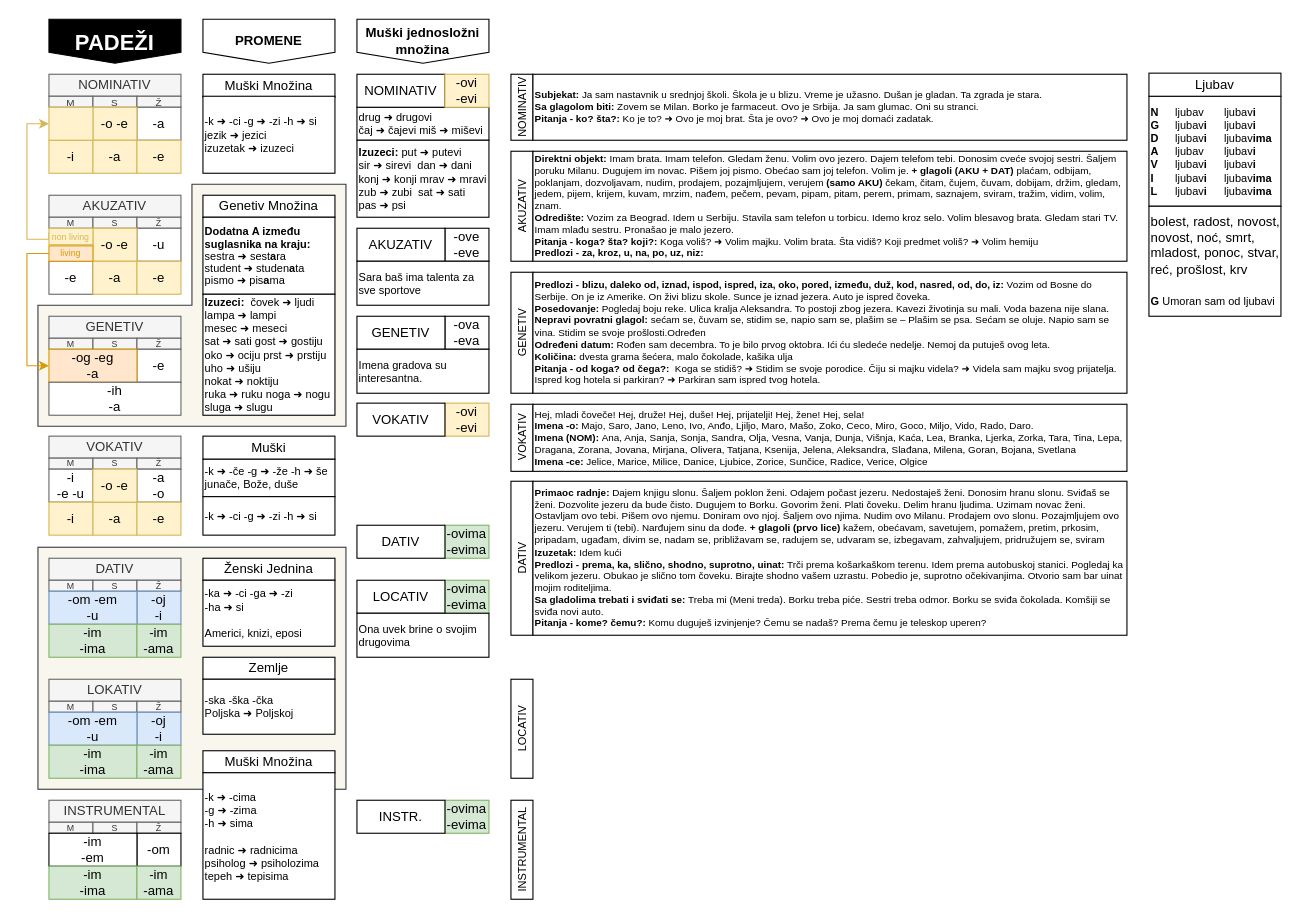
The draw.io diagram padezi.drawio in vlandivir/srpski, before the edit. Source tidied: cells renumbered, new cells numbered last; positions are measured from the earlier drawing's top-left corner, leaving out a move shared by most shapes. Both pictures are drawn from the tidied source at 110%, with x=0, y=0 at pixel (26, 19).
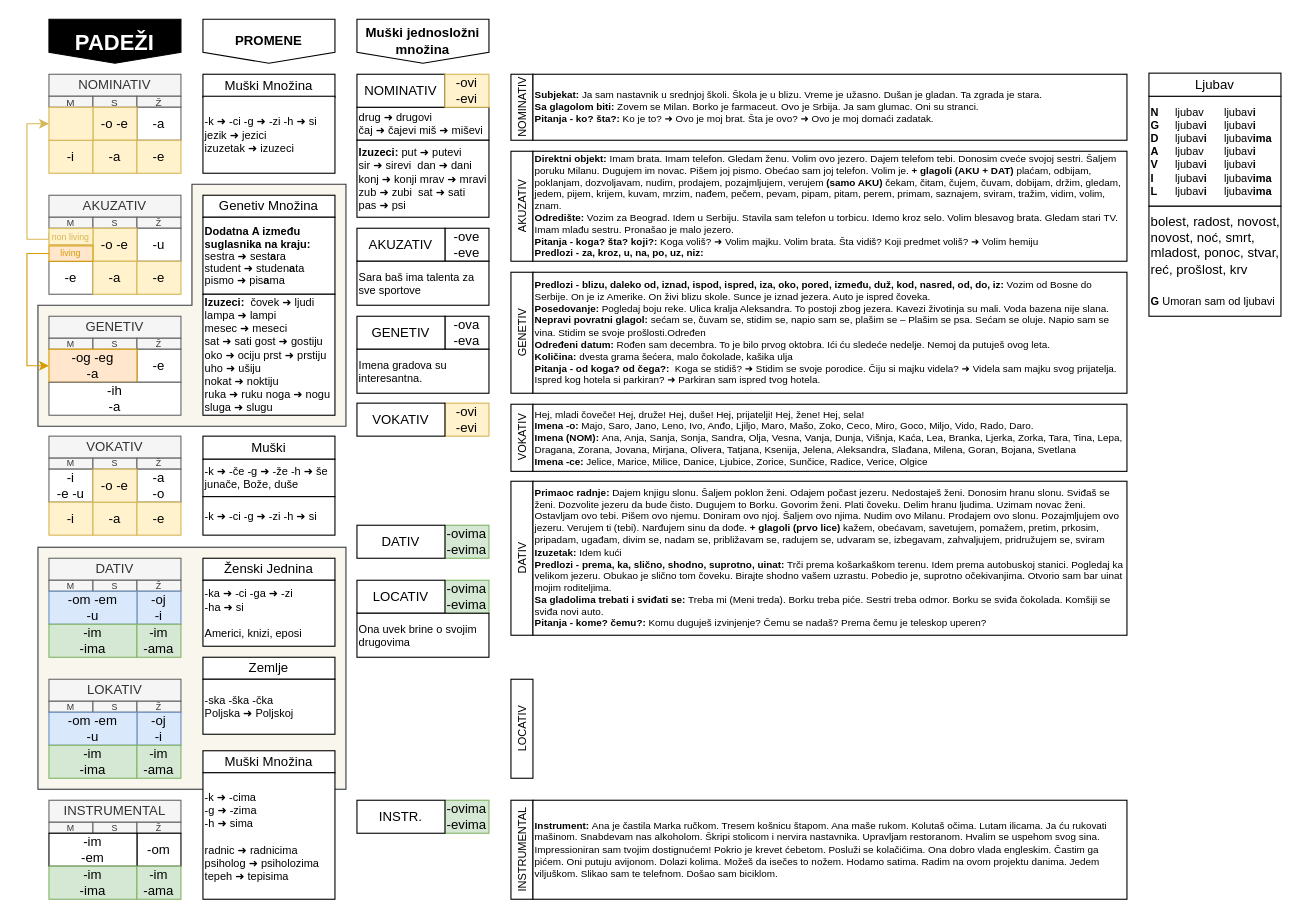
The same page after the edit.

What changed in the source:
```diff
@@
+    <mxCell id="119" value="&lt;b&gt;Instrument: &lt;/b&gt;Ana je častila Marka ručkom. Tresem košnicu štapom. Ana maše rukom. Kolutaš očima. Lutam ilicama. Ja ću rukovati mašinom. Snabdevam nas alkoholom. Škripi stolicom i nervira nastavnika. Upravljam restoranom. Hvalim se uspehom svog sina. Impressioniran sam tvojim dostignućem! Pokrio je krevet ćebetom. Posluži se kolačićima. Ona dobro vlada engleskim. Častim ga pićem. Oni putuju avijonom. Dolazi kolima. Možeš da isečes to nožem. Hodamo satima. Radim na ovom projektu danima. Jedem viljuškom. Slikao sam te telefnom. Došao sam biciklom." style="rounded=0;whiteSpace=wrap;html=1;align=left;fontSize=9;" parent="1" vertex="1">
+      <mxGeometry x="460" y="710" width="540" height="90" as="geometry" />
+    </mxCell>
```
